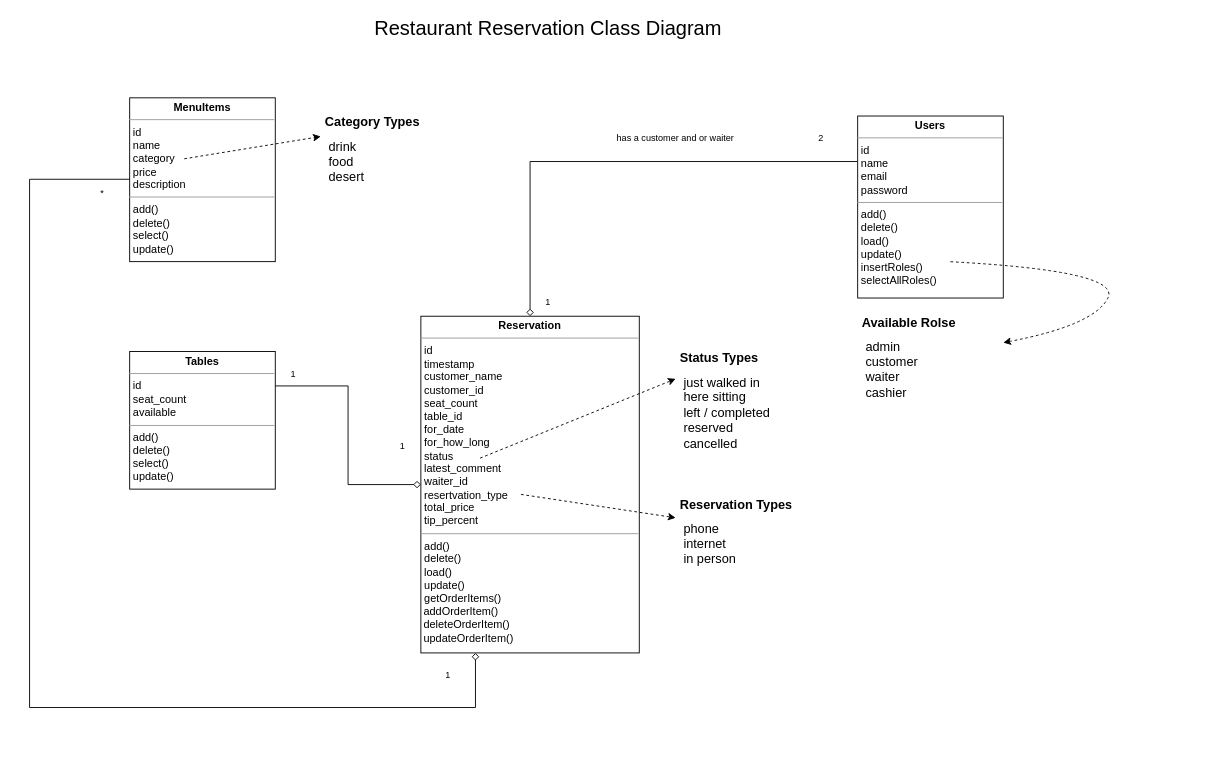
Tiinzzy/restaurant-reservation keeps this draw.io diagram as documents/final-class-diagram.drawio. Above is the earlier version. Source tidied: cells renumbered, new cells numbered last; positions are measured from the earlier drawing's top-left corner, leaving out a move shared by most shapes. Both pictures are drawn from the tidied source at 91%, with x=0, y=0 at pixel (15, 15).
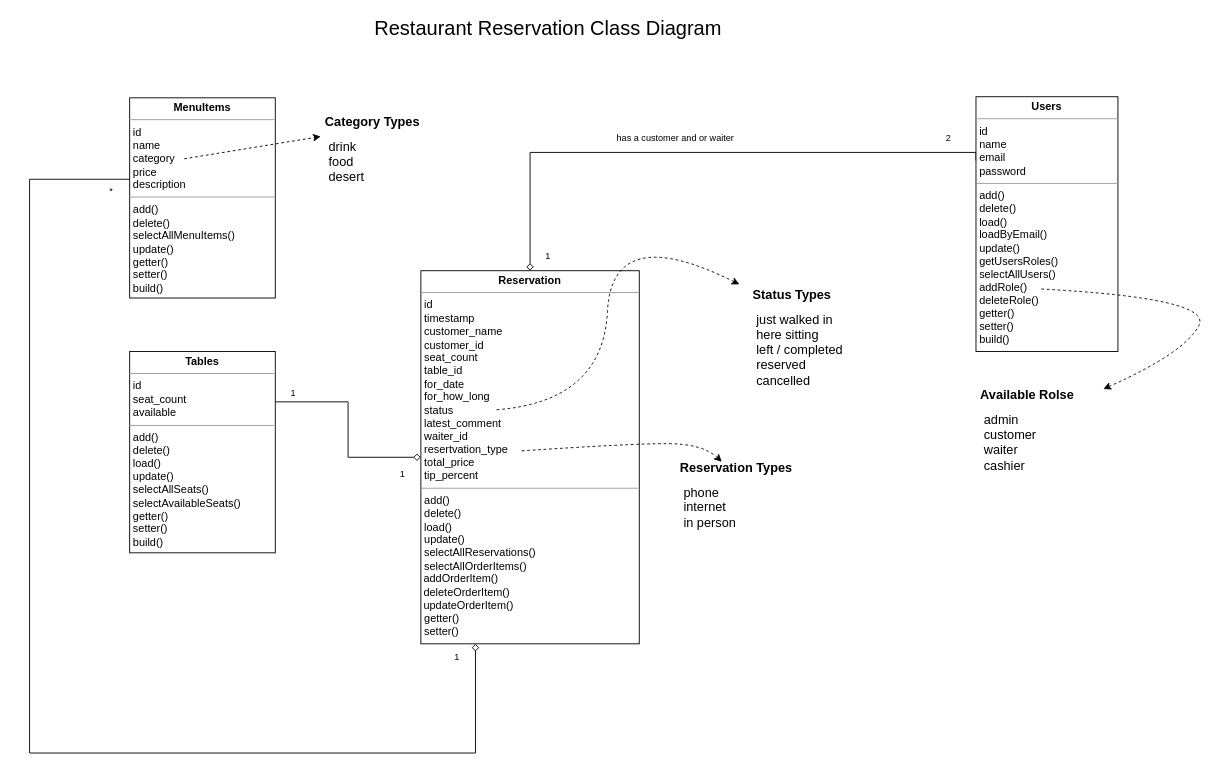
The same diagram, later.

Commit message (it also covers changes not shown here):
updated class diagram

Change to the diagram source:
```diff
@@
-    <mxCell id="3" value="&lt;p style=&quot;margin:0px;margin-top:4px;text-align:center;&quot;&gt;&lt;b&gt;MenuItems&lt;/b&gt;&lt;/p&gt;&lt;hr size=&quot;1&quot;&gt;&lt;p style=&quot;margin:0px;margin-left:4px;&quot;&gt;id&lt;/p&gt;&lt;p style=&quot;margin:0px;margin-left:4px;&quot;&gt;name&lt;/p&gt;&lt;p style=&quot;margin:0px;margin-left:4px;&quot;&gt;category&lt;/p&gt;&lt;p style=&quot;margin:0px;margin-left:4px;&quot;&gt;price&lt;/p&gt;&lt;p style=&quot;margin:0px;margin-left:4px;&quot;&gt;description&lt;/p&gt;&lt;hr size=&quot;1&quot;&gt;&lt;p style=&quot;margin:0px;margin-left:4px;&quot;&gt;add()&lt;/p&gt;&lt;p style=&quot;margin:0px;margin-left:4px;&quot;&gt;delete()&lt;/p&gt;&lt;p style=&quot;margin:0px;margin-left:4px;&quot;&gt;select()&lt;/p&gt;&lt;p style=&quot;margin:0px;margin-left:4px;&quot;&gt;update()&lt;/p&gt;" style="verticalAlign=top;align=left;overflow=fill;fontSize=12;fontFamily=Helvetica;html=1;rounded=0;shadow=0;comic=0;labelBackgroundColor=none;strokeWidth=1;" parent="1" vertex="1">
-      <mxGeometry x="125" y="90" width="160" height="180" as="geometry" />
+    <mxCell id="3" value="&lt;p style=&quot;margin:0px;margin-top:4px;text-align:center;&quot;&gt;&lt;b&gt;MenuItems&lt;/b&gt;&lt;/p&gt;&lt;hr size=&quot;1&quot;&gt;&lt;p style=&quot;margin:0px;margin-left:4px;&quot;&gt;id&lt;/p&gt;&lt;p style=&quot;margin:0px;margin-left:4px;&quot;&gt;name&lt;/p&gt;&lt;p style=&quot;margin:0px;margin-left:4px;&quot;&gt;category&lt;/p&gt;&lt;p style=&quot;margin:0px;margin-left:4px;&quot;&gt;price&lt;/p&gt;&lt;p style=&quot;margin:0px;margin-left:4px;&quot;&gt;description&lt;/p&gt;&lt;hr size=&quot;1&quot;&gt;&lt;p style=&quot;margin:0px;margin-left:4px;&quot;&gt;add()&lt;/p&gt;&lt;p style=&quot;margin:0px;margin-left:4px;&quot;&gt;delete()&lt;/p&gt;&lt;p style=&quot;margin:0px;margin-left:4px;&quot;&gt;selectAllMenuItems()&lt;/p&gt;&lt;p style=&quot;margin:0px;margin-left:4px;&quot;&gt;update()&lt;/p&gt;&lt;p style=&quot;margin:0px;margin-left:4px;&quot;&gt;getter()&lt;/p&gt;&lt;p style=&quot;margin:0px;margin-left:4px;&quot;&gt;setter()&lt;/p&gt;&lt;p style=&quot;margin:0px;margin-left:4px;&quot;&gt;build()&lt;/p&gt;" style="verticalAlign=top;align=left;overflow=fill;fontSize=12;fontFamily=Helvetica;html=1;rounded=0;shadow=0;comic=0;labelBackgroundColor=none;strokeWidth=1;" parent="1" vertex="1">
+      <mxGeometry x="125" y="90" width="160" height="220" as="geometry" />
     </mxCell>
-    <mxCell id="4" value="&lt;p style=&quot;margin:0px;margin-top:4px;text-align:center;&quot;&gt;&lt;b&gt;Tables&lt;/b&gt;&lt;/p&gt;&lt;hr size=&quot;1&quot;&gt;&lt;p style=&quot;margin:0px;margin-left:4px;&quot;&gt;id&lt;/p&gt;&lt;p style=&quot;margin:0px;margin-left:4px;&quot;&gt;seat_count&lt;/p&gt;&lt;p style=&quot;margin:0px;margin-left:4px;&quot;&gt;available&lt;/p&gt;&lt;hr size=&quot;1&quot;&gt;&lt;p style=&quot;margin:0px;margin-left:4px;&quot;&gt;add()&lt;/p&gt;&lt;p style=&quot;margin:0px;margin-left:4px;&quot;&gt;delete()&lt;/p&gt;&lt;p style=&quot;margin:0px;margin-left:4px;&quot;&gt;select()&lt;/p&gt;&lt;p style=&quot;margin:0px;margin-left:4px;&quot;&gt;update()&lt;/p&gt;" style="verticalAlign=top;align=left;overflow=fill;fontSize=12;fontFamily=Helvetica;html=1;rounded=0;shadow=0;comic=0;labelBackgroundColor=none;strokeWidth=1;" parent="1" vertex="1">
-      <mxGeometry x="125" y="368.8" width="160" height="151.2" as="geometry" />
+    <mxCell id="4" value="&lt;p style=&quot;margin:0px;margin-top:4px;text-align:center;&quot;&gt;&lt;b&gt;Tables&lt;/b&gt;&lt;/p&gt;&lt;hr size=&quot;1&quot;&gt;&lt;p style=&quot;margin:0px;margin-left:4px;&quot;&gt;id&lt;/p&gt;&lt;p style=&quot;margin:0px;margin-left:4px;&quot;&gt;seat_count&lt;/p&gt;&lt;p style=&quot;margin:0px;margin-left:4px;&quot;&gt;available&lt;/p&gt;&lt;hr size=&quot;1&quot;&gt;&lt;p style=&quot;margin:0px;margin-left:4px;&quot;&gt;add()&lt;/p&gt;&lt;p style=&quot;margin:0px;margin-left:4px;&quot;&gt;delete()&lt;/p&gt;&lt;p style=&quot;margin:0px;margin-left:4px;&quot;&gt;load()&lt;/p&gt;&lt;p style=&quot;margin:0px;margin-left:4px;&quot;&gt;update()&lt;/p&gt;&lt;p style=&quot;margin:0px;margin-left:4px;&quot;&gt;selectAllSeats()&lt;/p&gt;&lt;p style=&quot;margin:0px;margin-left:4px;&quot;&gt;selectAvailableSeats()&lt;/p&gt;&lt;p style=&quot;border-color: var(--border-color); margin: 0px 0px 0px 4px;&quot;&gt;getter()&lt;/p&gt;&lt;p style=&quot;border-color: var(--border-color); margin: 0px 0px 0px 4px;&quot;&gt;setter()&lt;/p&gt;&lt;p style=&quot;border-color: var(--border-color); margin: 0px 0px 0px 4px;&quot;&gt;build()&lt;/p&gt;" style="verticalAlign=top;align=left;overflow=fill;fontSize=12;fontFamily=Helvetica;html=1;rounded=0;shadow=0;comic=0;labelBackgroundColor=none;strokeWidth=1;" parent="1" vertex="1">
+      <mxGeometry x="125" y="368.8" width="160" height="221.2" as="geometry" />
     </mxCell>
     <mxCell id="5" style="edgeStyle=orthogonalEdgeStyle;rounded=0;jettySize=auto;html=1;exitX=0.5;exitY=0;exitDx=0;exitDy=0;entryX=0;entryY=0.25;entryDx=0;entryDy=0;fontSize=14;startArrow=diamond;startFill=0;endArrow=none;endFill=0;" parent="1" edge="1" source="7" target="20">
-      <mxGeometry relative="1" as="geometry" />
+      <mxGeometry relative="1" as="geometry">
+        <Array as="points">
+          <mxPoint x="565" y="150" />
+          <mxPoint x="1055" y="150" />
+        </Array>
+      </mxGeometry>
     </mxCell>
@@
-    <mxCell id="7" value="&lt;p style=&quot;margin:0px;margin-top:4px;text-align:center;&quot;&gt;&lt;b&gt;Reservation&lt;/b&gt;&lt;/p&gt;&lt;hr size=&quot;1&quot;&gt;&lt;p style=&quot;margin:0px;margin-left:4px;&quot;&gt;id&lt;/p&gt;&lt;p style=&quot;margin:0px;margin-left:4px;&quot;&gt;timestamp&lt;/p&gt;&lt;p style=&quot;margin:0px;margin-left:4px;&quot;&gt;customer_name&lt;/p&gt;&lt;p style=&quot;margin:0px;margin-left:4px;&quot;&gt;customer_id&lt;/p&gt;&lt;p style=&quot;margin:0px;margin-left:4px;&quot;&gt;seat_count&lt;/p&gt;&lt;p style=&quot;margin:0px;margin-left:4px;&quot;&gt;&lt;span style=&quot;background-color: initial;&quot;&gt;table_id&lt;/span&gt;&lt;br&gt;&lt;/p&gt;&lt;p style=&quot;margin:0px;margin-left:4px;&quot;&gt;for_date&lt;/p&gt;&lt;p style=&quot;margin:0px;margin-left:4px;&quot;&gt;for_how_long&lt;/p&gt;&lt;p style=&quot;margin:0px;margin-left:4px;&quot;&gt;status&lt;/p&gt;&lt;p style=&quot;margin:0px;margin-left:4px;&quot;&gt;latest_comment&lt;/p&gt;&lt;p style=&quot;margin:0px;margin-left:4px;&quot;&gt;waiter_id&lt;/p&gt;&lt;p style=&quot;margin:0px;margin-left:4px;&quot;&gt;resertvation_type&amp;nbsp;&lt;/p&gt;&lt;p style=&quot;margin:0px;margin-left:4px;&quot;&gt;total_price&lt;/p&gt;&lt;p style=&quot;margin:0px;margin-left:4px;&quot;&gt;tip_percent&lt;/p&gt;&lt;hr size=&quot;1&quot;&gt;&lt;p style=&quot;margin:0px;margin-left:4px;&quot;&gt;add()&lt;/p&gt;&lt;p style=&quot;margin:0px;margin-left:4px;&quot;&gt;delete()&lt;/p&gt;&lt;p style=&quot;margin:0px;margin-left:4px;&quot;&gt;load()&lt;/p&gt;&lt;p style=&quot;margin:0px;margin-left:4px;&quot;&gt;update()&lt;/p&gt;&lt;p style=&quot;margin:0px;margin-left:4px;&quot;&gt;getOrderItems()&lt;/p&gt;&lt;p style=&quot;margin:0px;margin-left:4px;&quot;&gt;&lt;/p&gt;&amp;nbsp;addOrderItem()&lt;br&gt;&amp;nbsp;deleteOrderItem()&lt;br&gt;&amp;nbsp;updateOrderItem()" style="verticalAlign=top;align=left;overflow=fill;fontSize=12;fontFamily=Helvetica;html=1;rounded=0;shadow=0;comic=0;labelBackgroundColor=none;strokeWidth=1;" parent="1" vertex="1">
-      <mxGeometry x="445" y="330" width="240" height="370" as="geometry" />
+    <mxCell id="7" value="&lt;p style=&quot;margin:0px;margin-top:4px;text-align:center;&quot;&gt;&lt;b&gt;Reservation&lt;/b&gt;&lt;/p&gt;&lt;hr size=&quot;1&quot;&gt;&lt;p style=&quot;margin:0px;margin-left:4px;&quot;&gt;id&lt;/p&gt;&lt;p style=&quot;margin:0px;margin-left:4px;&quot;&gt;timestamp&lt;/p&gt;&lt;p style=&quot;margin:0px;margin-left:4px;&quot;&gt;customer_name&lt;/p&gt;&lt;p style=&quot;margin:0px;margin-left:4px;&quot;&gt;customer_id&lt;/p&gt;&lt;p style=&quot;margin:0px;margin-left:4px;&quot;&gt;seat_count&lt;/p&gt;&lt;p style=&quot;margin:0px;margin-left:4px;&quot;&gt;&lt;span style=&quot;background-color: initial;&quot;&gt;table_id&lt;/span&gt;&lt;br&gt;&lt;/p&gt;&lt;p style=&quot;margin:0px;margin-left:4px;&quot;&gt;for_date&lt;/p&gt;&lt;p style=&quot;margin:0px;margin-left:4px;&quot;&gt;for_how_long&lt;/p&gt;&lt;p style=&quot;margin:0px;margin-left:4px;&quot;&gt;status&lt;/p&gt;&lt;p style=&quot;margin:0px;margin-left:4px;&quot;&gt;latest_comment&lt;/p&gt;&lt;p style=&quot;margin:0px;margin-left:4px;&quot;&gt;waiter_id&lt;/p&gt;&lt;p style=&quot;margin:0px;margin-left:4px;&quot;&gt;resertvation_type&amp;nbsp;&lt;/p&gt;&lt;p style=&quot;margin:0px;margin-left:4px;&quot;&gt;total_price&lt;/p&gt;&lt;p style=&quot;margin:0px;margin-left:4px;&quot;&gt;tip_percent&lt;/p&gt;&lt;hr size=&quot;1&quot;&gt;&lt;p style=&quot;margin:0px;margin-left:4px;&quot;&gt;add()&lt;/p&gt;&lt;p style=&quot;margin:0px;margin-left:4px;&quot;&gt;delete()&lt;/p&gt;&lt;p style=&quot;margin:0px;margin-left:4px;&quot;&gt;load()&lt;/p&gt;&lt;p style=&quot;margin:0px;margin-left:4px;&quot;&gt;update()&lt;/p&gt;&lt;p style=&quot;margin:0px;margin-left:4px;&quot;&gt;selectAllReservations()&lt;/p&gt;&lt;p style=&quot;margin:0px;margin-left:4px;&quot;&gt;selectAllOrderItems()&lt;/p&gt;&lt;p style=&quot;margin:0px;margin-left:4px;&quot;&gt;&lt;/p&gt;&amp;nbsp;addOrderItem()&lt;br&gt;&amp;nbsp;deleteOrderItem()&lt;br&gt;&amp;nbsp;updateOrderItem()&lt;br&gt;&lt;p style=&quot;border-color: var(--border-color); margin: 0px 0px 0px 4px;&quot;&gt;getter()&lt;/p&gt;&lt;p style=&quot;border-color: var(--border-color); margin: 0px 0px 0px 4px;&quot;&gt;setter()&lt;/p&gt;" style="verticalAlign=top;align=left;overflow=fill;fontSize=12;fontFamily=Helvetica;html=1;rounded=0;shadow=0;comic=0;labelBackgroundColor=none;strokeWidth=1;" parent="1" vertex="1">
+      <mxGeometry x="445" y="280" width="240" height="410" as="geometry" />
     </mxCell>
     <mxCell id="8" value="&lt;h1 style=&quot;font-size: 14px;&quot;&gt;&lt;font style=&quot;font-size: 14px;&quot;&gt;Status Types&lt;/font&gt;&lt;/h1&gt;&lt;p style=&quot;border-color: var(--border-color); margin: 0px 0px 0px 4px; font-size: 14px;&quot;&gt;&lt;font style=&quot;font-size: 14px;&quot;&gt;just walked in&lt;/font&gt;&lt;/p&gt;&lt;p style=&quot;border-color: var(--border-color); margin: 0px 0px 0px 4px; font-size: 14px;&quot;&gt;&lt;font style=&quot;font-size: 14px;&quot;&gt;here sitting&lt;/font&gt;&lt;/p&gt;&lt;p style=&quot;border-color: var(--border-color); margin: 0px 0px 0px 4px; font-size: 14px;&quot;&gt;&lt;font style=&quot;font-size: 14px;&quot;&gt;left / completed&lt;/font&gt;&lt;/p&gt;&lt;p style=&quot;border-color: var(--border-color); margin: 0px 0px 0px 4px; font-size: 14px;&quot;&gt;&lt;font style=&quot;font-size: 14px;&quot;&gt;reserved&lt;/font&gt;&lt;/p&gt;&lt;p style=&quot;border-color: var(--border-color); margin: 0px 0px 0px 4px; font-size: 14px;&quot;&gt;&lt;font style=&quot;font-size: 14px;&quot;&gt;cancelled&lt;/font&gt;&lt;/p&gt;" style="text;html=1;strokeColor=none;fillColor=none;spacing=5;spacingTop=-20;whiteSpace=wrap;overflow=hidden;rounded=0;fontSize=10;" parent="1" vertex="1">
-      <mxGeometry x="725" y="368.8" width="140" height="120" as="geometry" />
+      <mxGeometry x="805" y="300" width="140" height="120" as="geometry" />
     </mxCell>
@@
     <mxCell id="10" value="&lt;font style=&quot;font-size: 10px;&quot;&gt;1&lt;/font&gt;" style="text;html=1;strokeColor=none;fillColor=none;align=center;verticalAlign=middle;whiteSpace=wrap;rounded=0;fontSize=22;" parent="1" vertex="1">
-      <mxGeometry x="555" y="300" width="60" height="22.5" as="geometry" />
+      <mxGeometry x="555" y="250" width="60" height="22.5" as="geometry" />
     </mxCell>
     <mxCell id="11" value="&lt;font style=&quot;font-size: 10px;&quot;&gt;2&lt;/font&gt;" style="text;html=1;strokeColor=none;fillColor=none;align=center;verticalAlign=middle;whiteSpace=wrap;rounded=0;fontSize=22;" parent="1" vertex="1">
-      <mxGeometry x="855" y="120" width="60" height="22.5" as="geometry" />
+      <mxGeometry x="995" y="120" width="60" height="22.5" as="geometry" />
     </mxCell>
@@
     <mxCell id="13" value="&lt;font style=&quot;font-size: 10px;&quot;&gt;1&lt;/font&gt;" style="text;html=1;strokeColor=none;fillColor=none;align=center;verticalAlign=middle;whiteSpace=wrap;rounded=0;fontSize=22;" parent="1" vertex="1">
-      <mxGeometry x="395" y="457.5" width="60" height="22.5" as="geometry" />
+      <mxGeometry x="395" y="488.8" width="60" height="22.5" as="geometry" />
     </mxCell>
     <mxCell id="14" value="&lt;font style=&quot;font-size: 10px;&quot;&gt;1&lt;/font&gt;" style="text;html=1;strokeColor=none;fillColor=none;align=center;verticalAlign=middle;whiteSpace=wrap;rounded=0;fontSize=22;" parent="1" vertex="1">
-      <mxGeometry x="275" y="378.8" width="60" height="22.5" as="geometry" />
+      <mxGeometry x="275" y="400" width="60" height="22.5" as="geometry" />
     </mxCell>
     <mxCell id="15" style="edgeStyle=orthogonalEdgeStyle;rounded=0;jettySize=auto;html=1;fontSize=14;startArrow=diamond;startFill=0;endArrow=none;endFill=0;exitX=0.25;exitY=1;exitDx=0;exitDy=0;entryX=1;entryY=1;entryDx=0;entryDy=0;" parent="1" edge="1" source="7">
       <mxGeometry relative="1" as="geometry">
         <mxPoint x="125" y="179.5" as="targetPoint" />
         <Array as="points">
-          <mxPoint x="505" y="760" />
-          <mxPoint x="15" y="760" />
-          <mxPoint x="15" y="179" />
+          <mxPoint x="505" y="810" />
+          <mxPoint x="15" y="810" />
+          <mxPoint x="15" y="180" />
         </Array>
       </mxGeometry>
     </mxCell>
     <mxCell id="16" value="&lt;font style=&quot;font-size: 10px;&quot;&gt;*&lt;/font&gt;" style="text;html=1;strokeColor=none;fillColor=none;align=center;verticalAlign=middle;whiteSpace=wrap;rounded=0;fontSize=22;" parent="1" vertex="1">
-      <mxGeometry x="65" y="179.5" width="60" height="22.5" as="geometry" />
+      <mxGeometry x="75" y="177.5" width="60" height="22.5" as="geometry" />
     </mxCell>
     <mxCell id="17" value="&lt;font style=&quot;font-size: 10px;&quot;&gt;1&lt;/font&gt;" style="text;html=1;strokeColor=none;fillColor=none;align=center;verticalAlign=middle;whiteSpace=wrap;rounded=0;fontSize=22;" parent="1" vertex="1">
-      <mxGeometry x="445" y="710" width="60" height="22.5" as="geometry" />
+      <mxGeometry x="455" y="690" width="60" height="22.5" as="geometry" />
     </mxCell>
     <mxCell id="18" value="&lt;h1 style=&quot;font-size: 14px;&quot;&gt;&lt;font style=&quot;font-size: 14px;&quot;&gt;Reservation Types&lt;/font&gt;&lt;/h1&gt;&lt;p style=&quot;border-color: var(--border-color); margin: 0px 0px 0px 4px; font-size: 14px;&quot;&gt;phone&lt;/p&gt;&lt;p style=&quot;border-color: var(--border-color); margin: 0px 0px 0px 4px; font-size: 14px;&quot;&gt;internet&lt;/p&gt;&lt;p style=&quot;border-color: var(--border-color); margin: 0px 0px 0px 4px; font-size: 14px;&quot;&gt;in person&lt;/p&gt;" style="text;html=1;strokeColor=none;fillColor=none;spacing=5;spacingTop=-20;whiteSpace=wrap;overflow=hidden;rounded=0;fontSize=10;" parent="1" vertex="1">
-      <mxGeometry x="725" y="530" width="190" height="86" as="geometry" />
+      <mxGeometry x="725" y="490" width="190" height="86" as="geometry" />
     </mxCell>
     <mxCell id="19" value="&lt;h1 style=&quot;font-size: 14px;&quot;&gt;&lt;font style=&quot;font-size: 14px;&quot;&gt;Available Rolse&lt;/font&gt;&lt;/h1&gt;&lt;p style=&quot;border-color: var(--border-color); margin: 0px 0px 0px 4px; font-size: 14px;&quot;&gt;admin&lt;/p&gt;&lt;p style=&quot;border-color: var(--border-color); margin: 0px 0px 0px 4px; font-size: 14px;&quot;&gt;customer&lt;/p&gt;&lt;p style=&quot;border-color: var(--border-color); margin: 0px 0px 0px 4px; font-size: 14px;&quot;&gt;waiter&lt;/p&gt;&lt;p style=&quot;border-color: var(--border-color); margin: 0px 0px 0px 4px; font-size: 14px;&quot;&gt;cashier&lt;/p&gt;" style="text;html=1;strokeColor=none;fillColor=none;spacing=5;spacingTop=-20;whiteSpace=wrap;overflow=hidden;rounded=0;fontSize=10;" parent="1" vertex="1">
-      <mxGeometry x="925" y="330" width="160" height="96" as="geometry" />
+      <mxGeometry x="1055" y="410" width="156" height="96" as="geometry" />
     </mxCell>
-    <mxCell id="20" value="&lt;p style=&quot;margin:0px;margin-top:4px;text-align:center;&quot;&gt;&lt;b&gt;Users&lt;/b&gt;&lt;/p&gt;&lt;hr size=&quot;1&quot;&gt;&lt;p style=&quot;margin:0px;margin-left:4px;&quot;&gt;id&lt;/p&gt;&lt;p style=&quot;margin:0px;margin-left:4px;&quot;&gt;name&lt;/p&gt;&lt;p style=&quot;margin:0px;margin-left:4px;&quot;&gt;email&lt;/p&gt;&lt;p style=&quot;margin:0px;margin-left:4px;&quot;&gt;password&lt;/p&gt;&lt;hr size=&quot;1&quot;&gt;&lt;p style=&quot;margin:0px;margin-left:4px;&quot;&gt;add()&lt;/p&gt;&lt;p style=&quot;margin:0px;margin-left:4px;&quot;&gt;delete()&lt;/p&gt;&lt;p style=&quot;margin:0px;margin-left:4px;&quot;&gt;load()&lt;/p&gt;&lt;p style=&quot;margin:0px;margin-left:4px;&quot;&gt;update()&lt;/p&gt;&lt;p style=&quot;margin:0px;margin-left:4px;&quot;&gt;insertRoles()&lt;/p&gt;&lt;p style=&quot;margin:0px;margin-left:4px;&quot;&gt;selectAllRoles()&lt;br&gt;&lt;/p&gt;&lt;p style=&quot;margin:0px;margin-left:4px;&quot;&gt;&lt;br&gt;&lt;/p&gt;" style="verticalAlign=top;align=left;overflow=fill;fontSize=12;fontFamily=Helvetica;html=1;rounded=0;shadow=0;comic=0;labelBackgroundColor=none;strokeWidth=1;" parent="1" vertex="1">
-      <mxGeometry x="925" y="110" width="160" height="200" as="geometry" />
+    <mxCell id="20" value="&lt;p style=&quot;margin:0px;margin-top:4px;text-align:center;&quot;&gt;&lt;b&gt;Users&lt;/b&gt;&lt;/p&gt;&lt;hr size=&quot;1&quot;&gt;&lt;p style=&quot;margin:0px;margin-left:4px;&quot;&gt;id&lt;/p&gt;&lt;p style=&quot;margin:0px;margin-left:4px;&quot;&gt;name&lt;/p&gt;&lt;p style=&quot;margin:0px;margin-left:4px;&quot;&gt;email&lt;/p&gt;&lt;p style=&quot;margin:0px;margin-left:4px;&quot;&gt;password&lt;/p&gt;&lt;hr size=&quot;1&quot;&gt;&lt;p style=&quot;margin:0px;margin-left:4px;&quot;&gt;add()&lt;/p&gt;&lt;p style=&quot;margin:0px;margin-left:4px;&quot;&gt;delete()&lt;/p&gt;&lt;p style=&quot;margin:0px;margin-left:4px;&quot;&gt;load()&lt;/p&gt;&lt;p style=&quot;margin:0px;margin-left:4px;&quot;&gt;loadByEmail()&lt;/p&gt;&lt;p style=&quot;margin:0px;margin-left:4px;&quot;&gt;update()&lt;/p&gt;&lt;p style=&quot;margin:0px;margin-left:4px;&quot;&gt;getUsersRoles()&lt;/p&gt;&lt;p style=&quot;margin:0px;margin-left:4px;&quot;&gt;selectAllUsers()&lt;br&gt;&lt;/p&gt;&lt;p style=&quot;margin:0px;margin-left:4px;&quot;&gt;addRole()&lt;/p&gt;&lt;p style=&quot;margin:0px;margin-left:4px;&quot;&gt;deleteRole()&lt;/p&gt;&lt;p style=&quot;margin:0px;margin-left:4px;&quot;&gt;getter()&lt;/p&gt;&lt;p style=&quot;margin:0px;margin-left:4px;&quot;&gt;setter()&lt;/p&gt;&lt;p style=&quot;margin:0px;margin-left:4px;&quot;&gt;build()&lt;/p&gt;&lt;p style=&quot;margin:0px;margin-left:4px;&quot;&gt;&lt;br&gt;&lt;/p&gt;" style="verticalAlign=top;align=left;overflow=fill;fontSize=12;fontFamily=Helvetica;html=1;rounded=0;shadow=0;comic=0;labelBackgroundColor=none;strokeWidth=1;" parent="1" vertex="1">
+      <mxGeometry x="1055" y="88.8" width="156" height="280" as="geometry" />
     </mxCell>
-    <mxCell id="21" style="endArrow=classic;html=1;rounded=0;entryX=0;entryY=0.25;entryDx=0;entryDy=0;dashed=1;" parent="1" edge="1" target="8">
-      <mxGeometry relative="1" as="geometry">
-        <mxPoint x="510" y="486" as="sourcePoint" />
-      </mxGeometry>
-    </mxCell>
-    <mxCell id="22" style="endArrow=classic;html=1;rounded=0;entryX=0;entryY=0.25;entryDx=0;entryDy=0;dashed=1;" parent="1" edge="1" target="18">
-      <mxGeometry relative="1" as="geometry">
-        <mxPoint x="555" y="525.8" as="sourcePoint" />
-      </mxGeometry>
-    </mxCell>
@@
     <mxCell id="24" style="curved=1;endArrow=none;html=1;rounded=0;dashed=1;endFill=0;startArrow=classic;startFill=1;" parent="1" edge="1">
       <mxGeometry relative="1" as="geometry">
-        <mxPoint x="1085" y="359" as="sourcePoint" />
-        <mxPoint x="1025" y="270" as="targetPoint" />
+        <mxPoint x="1195" y="410" as="sourcePoint" />
+        <mxPoint x="1125" y="300" as="targetPoint" />
         <Array as="points">
-          <mxPoint x="1185" y="340" />
-          <mxPoint x="1215" y="280" />
+          <mxPoint x="1285" y="370" />
+          <mxPoint x="1315" y="310" />
         </Array>
       </mxGeometry>
     </mxCell>
+    <mxCell id="25" style="curved=1;endArrow=none;html=1;rounded=0;dashed=1;endFill=0;startArrow=classic;startFill=1;" parent="1" edge="1" source="18">
+      <mxGeometry relative="1" as="geometry">
+        <mxPoint x="555" y="478" as="targetPoint" />
+        <Array as="points">
+          <mxPoint x="755" y="470" />
+          <mxPoint x="675" y="470" />
+        </Array>
+      </mxGeometry>
+    </mxCell>
+    <mxCell id="26" style="curved=1;endArrow=none;html=1;rounded=0;dashed=1;endFill=0;startArrow=classic;startFill=1;exitX=0.5;exitY=0;exitDx=0;exitDy=0;" parent="1" edge="1">
+      <mxGeometry relative="1" as="geometry">
+        <mxPoint x="795" y="295" as="sourcePoint" />
+        <mxPoint x="525" y="433" as="targetPoint" />
+        <Array as="points">
+          <mxPoint x="655" y="225" />
+          <mxPoint x="645" y="425" />
+        </Array>
+      </mxGeometry>
+    </mxCell>
```
